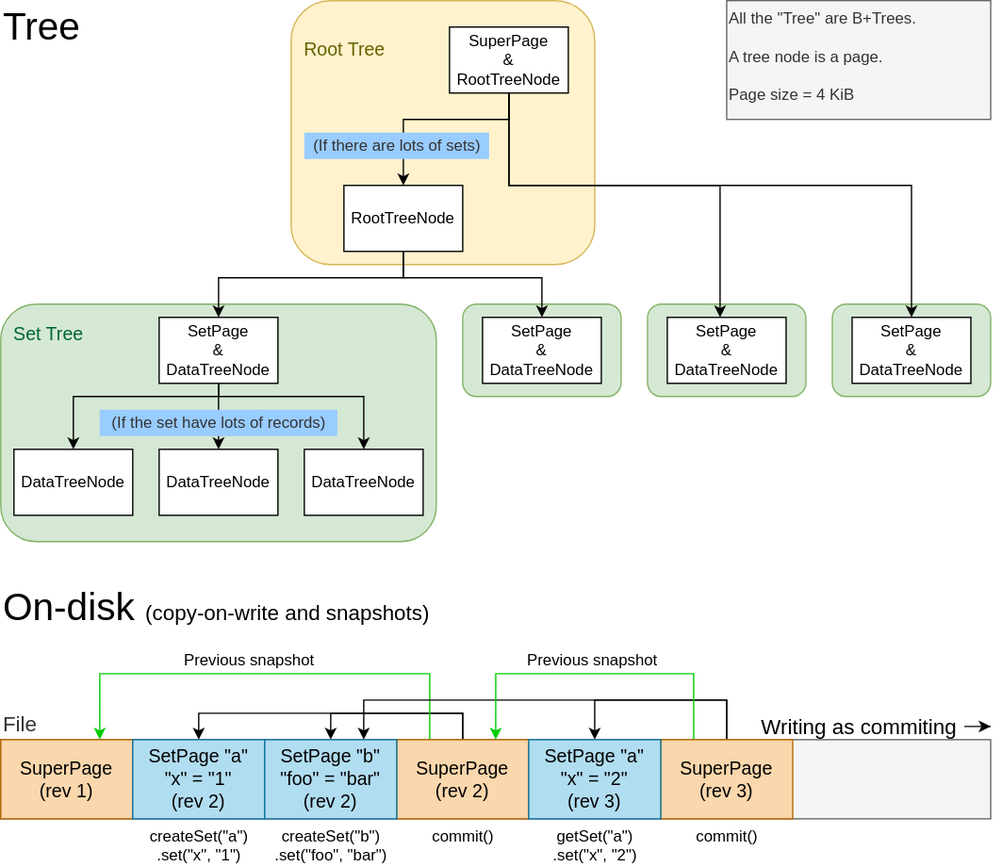
The draw.io diagram docs/design.svg in lideming/btrdb, before a commit. Source tidied: cells renumbered, new cells last; positions are measured from the earlier drawing's top-left corner, leaving out a move shared by most shapes.
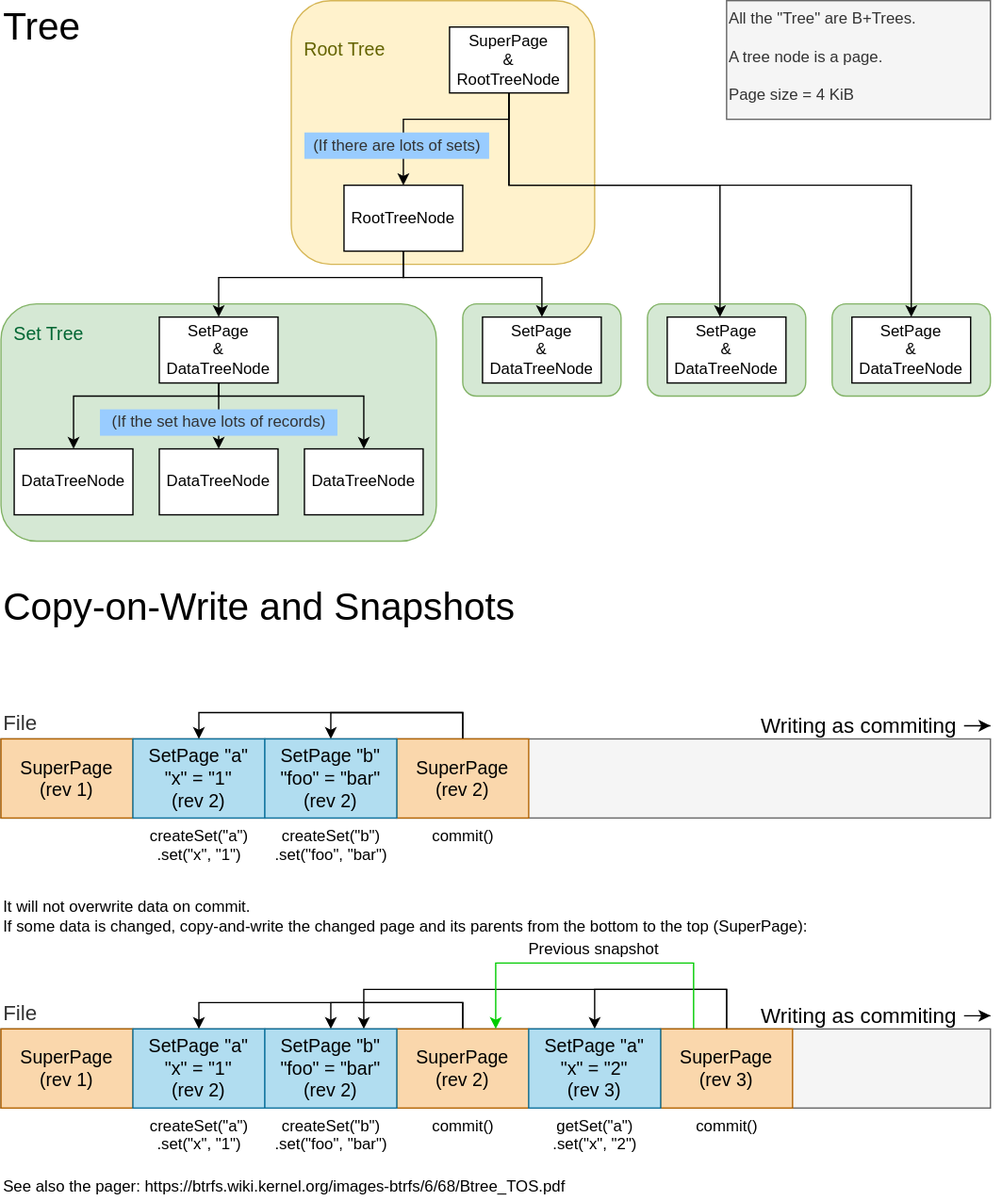
After the change.

The edit, as a diff of the source:
```diff
@@ -115,8 +115,8 @@
     <mxCell id="27" value="&lt;div&gt;Tree &lt;/div&gt;" style="text;html=1;align=left;verticalAlign=middle;strokeColor=none;fontStyle=0;fontSize=29;fontFamily=Helvetica;" parent="1" vertex="1">
       <mxGeometry width="70" height="40" as="geometry" />
     </mxCell>
-    <mxCell id="28" value="On-disk &lt;font style=&quot;font-size: 16px&quot;&gt;(copy-on-write and snapshots)&lt;/font&gt;" style="text;html=1;align=left;verticalAlign=middle;strokeColor=none;fontStyle=0;fontSize=29;fontFamily=Helvetica;" parent="1" vertex="1">
-      <mxGeometry y="435" width="340" height="50" as="geometry" />
+    <mxCell id="28" value="Copy-on-Write and Snapshots" style="text;html=1;align=left;verticalAlign=middle;strokeColor=none;fontStyle=0;fontSize=29;fontFamily=Helvetica;" parent="1" vertex="1">
+      <mxGeometry y="440" width="400" height="40" as="geometry" />
     </mxCell>
     <mxCell id="29" value="&lt;div&gt;File&lt;/div&gt;" style="rounded=0;whiteSpace=wrap;html=1;fontSize=16;fontColor=#333333;fillColor=#f5f5f5;align=left;verticalAlign=bottom;labelPosition=center;verticalLabelPosition=top;strokeColor=#666666;fontFamily=Helvetica;" parent="1" vertex="1">
       <mxGeometry y="560" width="750" height="60" as="geometry" />
@@ -143,60 +143,9 @@
         </Array>
       </mxGeometry>
     </mxCell>
-    <mxCell id="34" style="edgeStyle=orthogonalEdgeStyle;rounded=0;jettySize=auto;html=1;entryX=0.75;entryY=0;entryDx=0;entryDy=0;fontFamily=Helvetica;fontSize=12;fontColor=#000000;strokeColor=#00CC00;exitX=0.25;exitY=0;exitDx=0;exitDy=0;" parent="1" edge="1" source="35" target="30">
-      <mxGeometry relative="1" as="geometry">
-        <Array as="points">
-          <mxPoint x="325" y="510" />
-          <mxPoint x="75" y="510" />
-        </Array>
-      </mxGeometry>
-    </mxCell>
     <mxCell id="35" value="&lt;div style=&quot;font-size: 14px;&quot;&gt;SuperPage&lt;/div&gt;&lt;div style=&quot;font-size: 14px;&quot;&gt;(rev 2)&lt;br style=&quot;font-size: 14px;&quot;&gt;&lt;/div&gt;" style="rounded=0;whiteSpace=wrap;html=1;fontSize=14;fillColor=#fad7ac;align=center;verticalAlign=middle;strokeColor=#b46504;fontFamily=Helvetica;" parent="1" vertex="1">
       <mxGeometry x="300" y="560" width="100" height="60" as="geometry" />
     </mxCell>
-    <mxCell id="36" style="edgeStyle=orthogonalEdgeStyle;rounded=0;jettySize=auto;html=1;fontSize=14;fontColor=#000000;fontFamily=Helvetica;" parent="1" edge="1" source="42" target="43">
-      <mxGeometry relative="1" as="geometry">
-        <Array as="points">
-          <mxPoint x="550" y="530" />
-          <mxPoint x="450" y="530" />
-        </Array>
-      </mxGeometry>
-    </mxCell>
-    <mxCell id="37" style="edgeStyle=orthogonalEdgeStyle;rounded=0;jettySize=auto;html=1;fontSize=14;fontColor=#000000;entryX=0.75;entryY=0;entryDx=0;entryDy=0;fontFamily=Helvetica;" parent="1" edge="1" source="42" target="46">
-      <mxGeometry relative="1" as="geometry">
-        <Array as="points">
-          <mxPoint x="550" y="530" />
-          <mxPoint x="275" y="530" />
-        </Array>
-      </mxGeometry>
-    </mxCell>
-    <mxCell id="38" style="edgeStyle=orthogonalEdgeStyle;rounded=0;jettySize=auto;html=1;fontFamily=Helvetica;fontSize=12;fontColor=#000000;" parent="1" edge="1" source="42" target="35">
-      <mxGeometry relative="1" as="geometry" />
-    </mxCell>
-    <mxCell id="39" style="edgeStyle=orthogonalEdgeStyle;rounded=0;jettySize=auto;html=1;entryX=0.75;entryY=0;entryDx=0;entryDy=0;fontFamily=Helvetica;fontSize=12;fontColor=#000000;strokeColor=#00CC00;exitX=0.25;exitY=0;exitDx=0;exitDy=0;" parent="1" edge="1" source="42" target="35">
-      <mxGeometry relative="1" as="geometry">
-        <Array as="points">
-          <mxPoint x="525" y="510" />
-          <mxPoint x="375" y="510" />
-        </Array>
-      </mxGeometry>
-    </mxCell>
-    <mxCell id="40" value="Previous snapshot" style="edgeLabel;html=1;align=center;verticalAlign=middle;fontSize=12;fontFamily=Helvetica;fontColor=#000000;labelBackgroundColor=#FFFFFF;" parent="39" vertex="1">
-      <mxGeometry x="0.06" y="1" relative="1" as="geometry">
-        <mxPoint x="6" y="-11" as="offset" />
-      </mxGeometry>
-    </mxCell>
-    <mxCell id="41" value="Previous snapshot" style="edgeLabel;html=1;align=center;verticalAlign=middle;fontSize=12;fontFamily=Helvetica;fontColor=#000000;labelBackgroundColor=#FFFFFF;" parent="39" vertex="1">
-      <mxGeometry x="0.06" y="1" relative="1" as="geometry">
-        <mxPoint x="-254" y="-11" as="offset" />
-      </mxGeometry>
-    </mxCell>
-    <mxCell id="42" value="&lt;div style=&quot;font-size: 14px;&quot;&gt;SuperPage&lt;/div&gt;&lt;div style=&quot;font-size: 14px;&quot;&gt;(rev 3)&lt;br style=&quot;font-size: 14px;&quot;&gt;&lt;/div&gt;" style="rounded=0;whiteSpace=wrap;html=1;fontSize=14;fillColor=#fad7ac;align=center;verticalAlign=middle;strokeColor=#b46504;fontFamily=Helvetica;" parent="1" vertex="1">
-      <mxGeometry x="500" y="560" width="100" height="60" as="geometry" />
-    </mxCell>
-    <mxCell id="43" value="&lt;div style=&quot;font-size: 14px;&quot;&gt;SetPage &quot;a&quot;&lt;/div&gt;&lt;div style=&quot;font-size: 14px;&quot;&gt;&quot;x&quot; = &quot;2&quot;&lt;br style=&quot;font-size: 14px;&quot;&gt;&lt;/div&gt;&lt;div style=&quot;font-size: 14px;&quot;&gt;(rev 3)&lt;br style=&quot;font-size: 14px;&quot;&gt;&lt;/div&gt;" style="rounded=0;whiteSpace=wrap;html=1;fontSize=14;fillColor=#b1ddf0;align=center;verticalAlign=middle;strokeColor=#10739e;fontFamily=Helvetica;" parent="1" vertex="1">
-      <mxGeometry x="400" y="560" width="100" height="60" as="geometry" />
-    </mxCell>
     <mxCell id="44" style="edgeStyle=orthogonalEdgeStyle;rounded=0;jettySize=auto;html=1;fontSize=16;fontColor=#000000;fontFamily=Helvetica;" parent="1" edge="1" source="45">
       <mxGeometry relative="1" as="geometry">
         <mxPoint x="750" y="550" as="targetPoint" />
@@ -217,11 +166,103 @@
     <mxCell id="49" value="commit()" style="text;html=1;align=center;verticalAlign=top;strokeColor=none;fontSize=12;fontColor=#000000;fontFamily=Helvetica;" parent="1" vertex="1">
       <mxGeometry x="320" y="620" width="60" height="20" as="geometry" />
     </mxCell>
+    <mxCell id="52" value="&lt;div&gt;File&lt;/div&gt;" style="rounded=0;whiteSpace=wrap;html=1;fontSize=16;fontColor=#333333;fillColor=#f5f5f5;align=left;verticalAlign=bottom;labelPosition=center;verticalLabelPosition=top;strokeColor=#666666;fontFamily=Helvetica;" parent="1" vertex="1">
+      <mxGeometry y="780" width="750" height="60" as="geometry" />
+    </mxCell>
+    <mxCell id="53" value="&lt;div style=&quot;font-size: 14px;&quot;&gt;SuperPage&lt;/div&gt;&lt;div style=&quot;font-size: 14px;&quot;&gt;(rev 1)&lt;br style=&quot;font-size: 14px;&quot;&gt;&lt;/div&gt;" style="rounded=0;whiteSpace=wrap;html=1;fontSize=14;fillColor=#fad7ac;align=center;verticalAlign=middle;strokeColor=#b46504;fontFamily=Helvetica;" parent="1" vertex="1">
+      <mxGeometry y="780" width="100" height="60" as="geometry" />
+    </mxCell>
+    <mxCell id="54" value="&lt;div style=&quot;font-size: 14px;&quot;&gt;SetPage &quot;a&quot;&lt;/div&gt;&lt;div style=&quot;font-size: 14px;&quot;&gt;&quot;x&quot; = &quot;1&quot;&lt;br style=&quot;font-size: 14px;&quot;&gt;&lt;/div&gt;&lt;div style=&quot;font-size: 14px;&quot;&gt;(rev 2)&lt;br style=&quot;font-size: 14px;&quot;&gt;&lt;/div&gt;" style="rounded=0;whiteSpace=wrap;html=1;fontSize=14;fillColor=#b1ddf0;align=center;verticalAlign=middle;strokeColor=#10739e;fontFamily=Helvetica;" parent="1" vertex="1">
+      <mxGeometry x="100" y="780" width="100" height="60" as="geometry" />
+    </mxCell>
+    <mxCell id="55" style="edgeStyle=orthogonalEdgeStyle;rounded=0;jettySize=auto;html=1;fontSize=14;fontColor=#000000;fontFamily=Helvetica;" parent="1" edge="1" source="57" target="64">
+      <mxGeometry relative="1" as="geometry">
+        <Array as="points">
+          <mxPoint x="350" y="760" />
+          <mxPoint x="250" y="760" />
+        </Array>
+      </mxGeometry>
+    </mxCell>
+    <mxCell id="56" style="edgeStyle=orthogonalEdgeStyle;rounded=0;jettySize=auto;html=1;fontSize=14;fontColor=#000000;fontFamily=Helvetica;" parent="1" edge="1" source="57" target="54">
+      <mxGeometry relative="1" as="geometry">
+        <Array as="points">
+          <mxPoint x="350" y="760" />
+          <mxPoint x="150" y="760" />
+        </Array>
+      </mxGeometry>
+    </mxCell>
+    <mxCell id="57" value="&lt;div style=&quot;font-size: 14px;&quot;&gt;SuperPage&lt;/div&gt;&lt;div style=&quot;font-size: 14px;&quot;&gt;(rev 2)&lt;br style=&quot;font-size: 14px;&quot;&gt;&lt;/div&gt;" style="rounded=0;whiteSpace=wrap;html=1;fontSize=14;fillColor=#fad7ac;align=center;verticalAlign=middle;strokeColor=#b46504;fontFamily=Helvetica;" parent="1" vertex="1">
+      <mxGeometry x="300" y="780" width="100" height="60" as="geometry" />
+    </mxCell>
+    <mxCell id="36" style="edgeStyle=orthogonalEdgeStyle;rounded=0;jettySize=auto;html=1;fontSize=14;fontColor=#000000;fontFamily=Helvetica;" parent="1" edge="1" source="42" target="43">
+      <mxGeometry relative="1" as="geometry">
+        <Array as="points">
+          <mxPoint x="550" y="750" />
+          <mxPoint x="450" y="750" />
+        </Array>
+      </mxGeometry>
+    </mxCell>
+    <mxCell id="58" style="edgeStyle=orthogonalEdgeStyle;rounded=0;jettySize=auto;html=1;fontSize=14;fontColor=#000000;entryX=0.75;entryY=0;entryDx=0;entryDy=0;fontFamily=Helvetica;" parent="1" edge="1" source="42" target="64">
+      <mxGeometry relative="1" as="geometry">
+        <Array as="points">
+          <mxPoint x="550" y="750" />
+          <mxPoint x="275" y="750" />
+        </Array>
+      </mxGeometry>
+    </mxCell>
+    <mxCell id="59" style="edgeStyle=orthogonalEdgeStyle;rounded=0;jettySize=auto;html=1;fontFamily=Helvetica;fontSize=12;fontColor=#000000;" parent="1" edge="1" source="42" target="57">
+      <mxGeometry relative="1" as="geometry" />
+    </mxCell>
+    <mxCell id="60" style="edgeStyle=orthogonalEdgeStyle;rounded=0;jettySize=auto;html=1;entryX=0.75;entryY=0;entryDx=0;entryDy=0;fontFamily=Helvetica;fontSize=12;fontColor=#000000;strokeColor=#00CC00;exitX=0.25;exitY=0;exitDx=0;exitDy=0;" parent="1" edge="1" source="42" target="57">
+      <mxGeometry relative="1" as="geometry">
+        <Array as="points">
+          <mxPoint x="525" y="730" />
+          <mxPoint x="375" y="730" />
+        </Array>
+      </mxGeometry>
+    </mxCell>
+    <mxCell id="61" value="Previous snapshot" style="edgeLabel;html=1;align=center;verticalAlign=middle;fontSize=12;fontFamily=Helvetica;fontColor=#000000;labelBackgroundColor=#FFFFFF;" parent="60" vertex="1">
+      <mxGeometry x="0.06" y="1" relative="1" as="geometry">
+        <mxPoint x="6" y="-11" as="offset" />
+      </mxGeometry>
+    </mxCell>
+    <mxCell id="42" value="&lt;div style=&quot;font-size: 14px;&quot;&gt;SuperPage&lt;/div&gt;&lt;div style=&quot;font-size: 14px;&quot;&gt;(rev 3)&lt;br style=&quot;font-size: 14px;&quot;&gt;&lt;/div&gt;" style="rounded=0;whiteSpace=wrap;html=1;fontSize=14;fillColor=#fad7ac;align=center;verticalAlign=middle;strokeColor=#b46504;fontFamily=Helvetica;" parent="1" vertex="1">
+      <mxGeometry x="500" y="780" width="100" height="60" as="geometry" />
+    </mxCell>
+    <mxCell id="43" value="&lt;div style=&quot;font-size: 14px;&quot;&gt;SetPage &quot;a&quot;&lt;/div&gt;&lt;div style=&quot;font-size: 14px;&quot;&gt;&quot;x&quot; = &quot;2&quot;&lt;br style=&quot;font-size: 14px;&quot;&gt;&lt;/div&gt;&lt;div style=&quot;font-size: 14px;&quot;&gt;(rev 3)&lt;br style=&quot;font-size: 14px;&quot;&gt;&lt;/div&gt;" style="rounded=0;whiteSpace=wrap;html=1;fontSize=14;fillColor=#b1ddf0;align=center;verticalAlign=middle;strokeColor=#10739e;fontFamily=Helvetica;" parent="1" vertex="1">
+      <mxGeometry x="400" y="780" width="100" height="60" as="geometry" />
+    </mxCell>
+    <mxCell id="62" style="edgeStyle=orthogonalEdgeStyle;rounded=0;jettySize=auto;html=1;fontSize=16;fontColor=#000000;fontFamily=Helvetica;" parent="1" edge="1" source="63">
+      <mxGeometry relative="1" as="geometry">
+        <mxPoint x="750" y="770" as="targetPoint" />
+      </mxGeometry>
+    </mxCell>
+    <mxCell id="63" value="Writing as commiting" style="text;html=1;align=center;verticalAlign=middle;points=[];strokeColor=none;fontSize=16;fontColor=#000000;fontFamily=Helvetica;" parent="1" vertex="1">
+      <mxGeometry x="570" y="760" width="160" height="20" as="geometry" />
+    </mxCell>
+    <mxCell id="64" value="&lt;div style=&quot;font-size: 14px&quot;&gt;SetPage &quot;b&quot;&lt;/div&gt;&lt;div style=&quot;font-size: 14px&quot;&gt;&quot;foo&quot; = &quot;bar&quot;&lt;br style=&quot;font-size: 14px&quot;&gt;&lt;/div&gt;&lt;div style=&quot;font-size: 14px&quot;&gt;(rev 2)&lt;br style=&quot;font-size: 14px&quot;&gt;&lt;/div&gt;" style="rounded=0;whiteSpace=wrap;html=1;fontSize=14;fillColor=#b1ddf0;align=center;verticalAlign=middle;strokeColor=#10739e;fontFamily=Helvetica;" parent="1" vertex="1">
+      <mxGeometry x="200" y="780" width="100" height="60" as="geometry" />
+    </mxCell>
+    <mxCell id="65" value="&lt;div style=&quot;font-size: 12px;&quot;&gt;createSet(&quot;a&quot;)&lt;/div&gt;&lt;div style=&quot;font-size: 12px;&quot;&gt;.set(&quot;x&quot;, &quot;1&quot;)&lt;/div&gt;" style="text;html=1;align=center;verticalAlign=top;strokeColor=none;fontSize=12;fontColor=#000000;fontFamily=Helvetica;" parent="1" vertex="1">
+      <mxGeometry x="105" y="840" width="90" height="30" as="geometry" />
+    </mxCell>
+    <mxCell id="66" value="&lt;div style=&quot;font-size: 12px;&quot;&gt;createSet(&quot;b&quot;)&lt;/div&gt;&lt;div style=&quot;font-size: 12px;&quot;&gt;.set(&quot;foo&quot;, &quot;bar&quot;)&lt;/div&gt;" style="text;html=1;align=center;verticalAlign=top;strokeColor=none;fontSize=12;fontColor=#000000;fontFamily=Helvetica;" parent="1" vertex="1">
+      <mxGeometry x="200" y="840" width="100" height="30" as="geometry" />
+    </mxCell>
+    <mxCell id="67" value="commit()" style="text;html=1;align=center;verticalAlign=top;strokeColor=none;fontSize=12;fontColor=#000000;fontFamily=Helvetica;" parent="1" vertex="1">
+      <mxGeometry x="320" y="840" width="60" height="20" as="geometry" />
+    </mxCell>
     <mxCell id="50" value="&lt;div&gt;getSet(&quot;a&quot;)&lt;/div&gt;&lt;div&gt;.set(&quot;x&quot;, &quot;2&quot;)&lt;br&gt;&lt;/div&gt;" style="text;html=1;align=center;verticalAlign=top;strokeColor=none;fontSize=12;fontColor=#000000;fontFamily=Helvetica;" parent="1" vertex="1">
-      <mxGeometry x="410" y="620" width="80" height="30" as="geometry" />
+      <mxGeometry x="410" y="840" width="80" height="30" as="geometry" />
     </mxCell>
-    <mxCell id="51" value="commit()" style="text;html=1;align=center;verticalAlign=top;strokeColor=none;fontSize=12;fontColor=#000000;fontFamily=Helvetica;" parent="1" vertex="1">
-      <mxGeometry x="520" y="620" width="60" height="20" as="geometry" />
-    </mxCell>
+    <mxCell id="68" value="commit()" style="text;html=1;align=center;verticalAlign=top;strokeColor=none;fontSize=12;fontColor=#000000;fontFamily=Helvetica;" parent="1" vertex="1">
+      <mxGeometry x="520" y="840" width="60" height="20" as="geometry" />
+    </mxCell>
+    <mxCell id="69" value="It will not overwrite data on commit.&lt;br&gt;If some data is changed, copy-and-write the changed page and its parents from the bottom to the top (SuperPage):" style="text;html=1;align=left;verticalAlign=middle;strokeColor=none;" parent="1" vertex="1">
+      <mxGeometry y="680" width="630" height="30" as="geometry" />
+    </mxCell>
+    <mxCell id="70" value="&lt;span style=&quot;&quot;&gt;See also the pager:&amp;nbsp;https://btrfs.wiki.kernel.org/images-btrfs/6/68/Btree_TOS.pdf&lt;/span&gt;" style="text;html=1;align=left;verticalAlign=middle;strokeColor=none;" parent="1" vertex="1">
+      <mxGeometry y="890" width="440" height="20" as="geometry" />
+    </mxCell>
   </root>
 </mxGraphModel>
```
